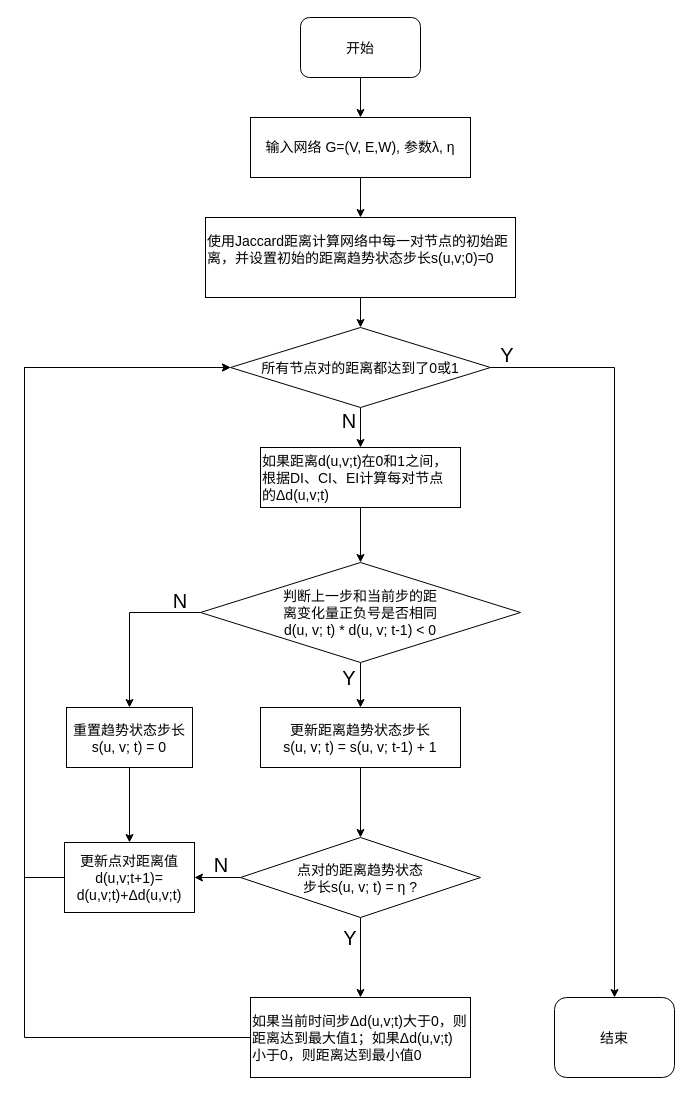
The draw.io diagram page "Page-4" (4 of 4) of Untitled Diagram.drawio in sloonvge/sync, before the edit. Source tidied: cells renumbered, new cells numbered last; positions are measured from the earlier drawing's top-left corner, leaving out a move shared by most shapes. Both pictures are drawn from the tidied source at 100%, with x=0, y=0 at pixel (24, 17).
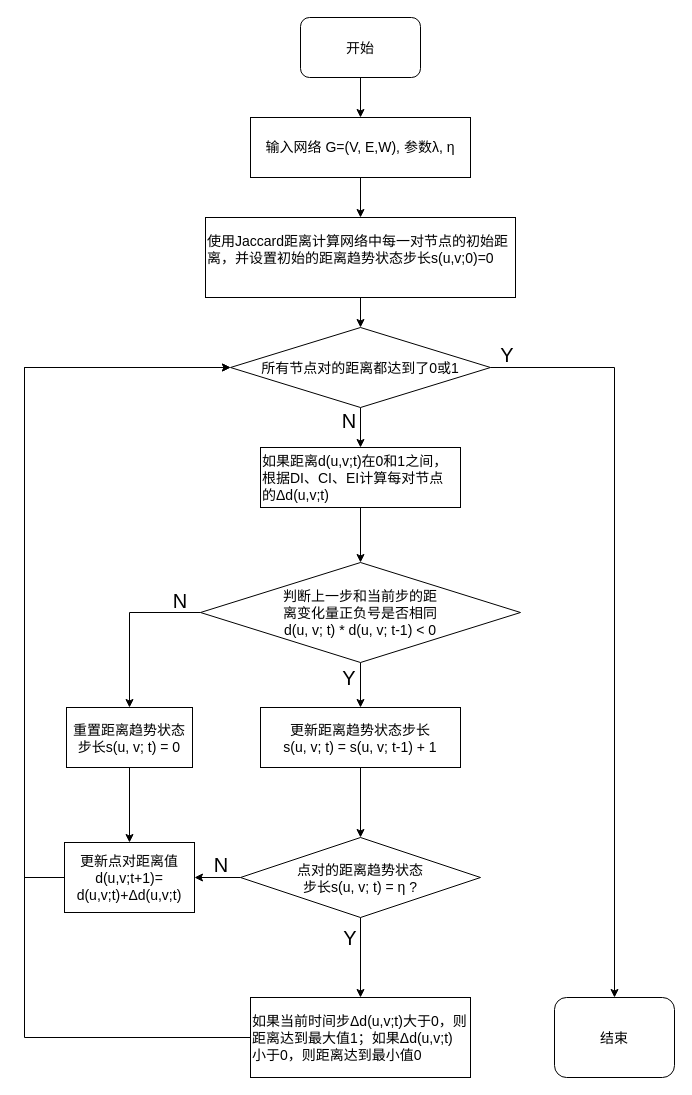
The same page after the edit.

The edit, as a diff of the source:
```diff
@@
-    <mxCell id="24" value="重置趋势状态步长&#10;s(u, v; t) = 0" style="rounded=0;fontSize=14;align=center;fontFamily=Cambria Math;" parent="1" vertex="1">
+    <mxCell id="24" value="重置距离趋势状态&#10;步长s(u, v; t) = 0" style="rounded=0;fontSize=14;align=center;fontFamily=Cambria Math;" parent="1" vertex="1">
       <mxGeometry x="42" y="690" width="126" height="60" as="geometry" />
     </mxCell>
```
